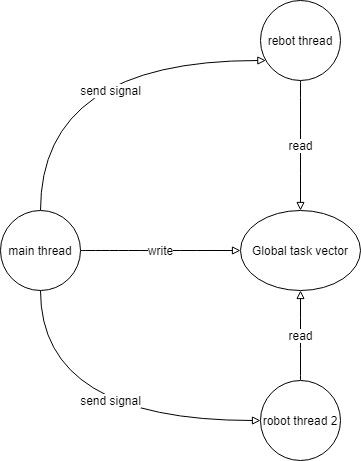
Earlier version of the draw.io export image/scheduler-structure.png (Forrest-Z/scheduler). Source tidied: cells renumbered, new cells last; positions are measured from the earlier drawing's top-left corner, leaving out a move shared by most shapes.
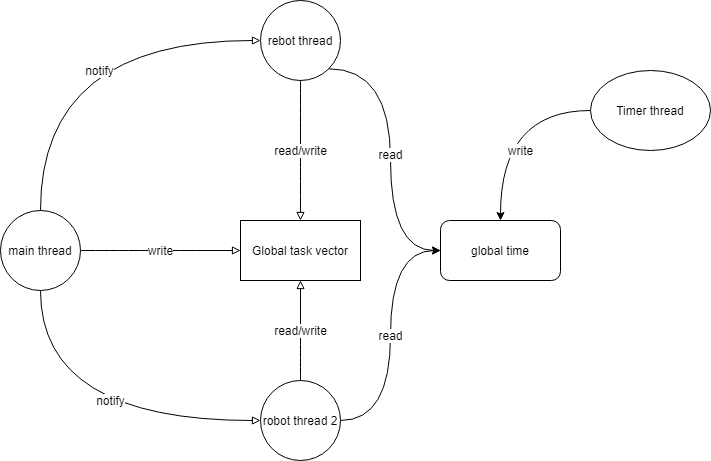
Later version of the same file.

Diff of the diagram source:
```diff
@@ -2,26 +2,28 @@
   <root>
     <mxCell id="0" />
     <mxCell id="1" parent="0" />
-    <mxCell id="2" value="Global task vector" style="ellipse;whiteSpace=wrap;html=1;strokeColor=#000000;" parent="1" vertex="1">
-      <mxGeometry x="240" y="210" width="120" height="80" as="geometry" />
-    </mxCell>
-    <mxCell id="3" value="read" style="edgeStyle=orthogonalEdgeStyle;rounded=0;jettySize=auto;html=1;endArrow=block;endFill=0;curved=1;" parent="1" edge="1" source="4" target="2">
+    <mxCell id="3" value="read/write" style="edgeStyle=orthogonalEdgeStyle;rounded=0;jettySize=auto;html=1;endArrow=block;endFill=0;curved=1;" parent="1" edge="1" source="4" target="2">
       <mxGeometry relative="1" as="geometry" />
     </mxCell>
+    <mxCell id="11" value="read" style="edgeStyle=orthogonalEdgeStyle;curved=1;rounded=0;jettySize=auto;html=1;exitX=1;exitY=1;exitDx=0;exitDy=0;entryX=0;entryY=0.5;entryDx=0;entryDy=0;" parent="1" edge="1" source="4" target="15">
+      <mxGeometry relative="1" as="geometry" />
+    </mxCell>
     <mxCell id="4" value="rebot thread" style="ellipse;whiteSpace=wrap;html=1;strokeColor=#000000;" parent="1" vertex="1">
       <mxGeometry x="260" width="80" height="80" as="geometry" />
     </mxCell>
-    <mxCell id="5" value="send signal" style="edgeStyle=orthogonalEdgeStyle;curved=1;rounded=0;jettySize=auto;html=1;endArrow=block;endFill=0;" parent="1" edge="1" source="8" target="4">
+    <mxCell id="5" value="notify" style="edgeStyle=orthogonalEdgeStyle;curved=1;rounded=0;jettySize=auto;html=1;endArrow=block;endFill=0;entryX=0;entryY=0.5;entryDx=0;entryDy=0;" parent="1" edge="1" source="8" target="4">
       <mxGeometry x="0.17" y="-30" relative="1" as="geometry">
         <Array as="points">
-          <mxPoint x="40" y="60" />
+          <mxPoint x="40" y="40" />
         </Array>
       </mxGeometry>
     </mxCell>
-    <mxCell id="6" value="write" style="edgeStyle=orthogonalEdgeStyle;curved=1;rounded=0;jettySize=auto;html=1;endArrow=block;endFill=0;" parent="1" edge="1" source="8" target="2">
-      <mxGeometry relative="1" as="geometry" />
+    <mxCell id="6" value="write" style="edgeStyle=orthogonalEdgeStyle;curved=1;rounded=0;jettySize=auto;html=1;endArrow=block;endFill=0;" parent="1" edge="1" source="8">
+      <mxGeometry relative="1" as="geometry">
+        <mxPoint x="240" y="250" as="targetPoint" />
+      </mxGeometry>
     </mxCell>
-    <mxCell id="7" value="send signal" style="edgeStyle=orthogonalEdgeStyle;curved=1;rounded=0;jettySize=auto;html=1;endArrow=block;endFill=0;" parent="1" edge="1" source="8" target="10">
+    <mxCell id="7" value="notify" style="edgeStyle=orthogonalEdgeStyle;curved=1;rounded=0;jettySize=auto;html=1;endArrow=block;endFill=0;" parent="1" edge="1" source="8" target="10">
       <mxGeometry x="0.14" y="20" relative="1" as="geometry">
         <Array as="points">
           <mxPoint x="40" y="420" />
@@ -31,11 +33,26 @@
     <mxCell id="8" value="main thread" style="ellipse;whiteSpace=wrap;html=1;strokeColor=#000000;" parent="1" vertex="1">
       <mxGeometry y="210" width="80" height="80" as="geometry" />
     </mxCell>
-    <mxCell id="9" value="read" style="edgeStyle=orthogonalEdgeStyle;curved=1;rounded=0;jettySize=auto;html=1;endArrow=block;endFill=0;" parent="1" edge="1" source="10" target="2">
+    <mxCell id="9" value="read/write" style="edgeStyle=orthogonalEdgeStyle;curved=1;rounded=0;jettySize=auto;html=1;endArrow=block;endFill=0;" parent="1" edge="1" source="10" target="2">
       <mxGeometry relative="1" as="geometry" />
     </mxCell>
+    <mxCell id="12" value="read" style="edgeStyle=orthogonalEdgeStyle;curved=1;rounded=0;jettySize=auto;html=1;entryX=0;entryY=0.5;entryDx=0;entryDy=0;" parent="1" edge="1" source="10" target="15">
+      <mxGeometry relative="1" as="geometry" />
+    </mxCell>
     <mxCell id="10" value="robot thread 2" style="ellipse;whiteSpace=wrap;html=1;strokeColor=#000000;" parent="1" vertex="1">
       <mxGeometry x="260" y="380" width="80" height="80" as="geometry" />
     </mxCell>
+    <mxCell id="13" value="write" style="edgeStyle=orthogonalEdgeStyle;rounded=0;jettySize=auto;html=1;curved=1;" parent="1" edge="1" source="14" target="15">
+      <mxGeometry x="0.3" y="20" relative="1" as="geometry" />
+    </mxCell>
+    <mxCell id="14" value="Timer thread" style="ellipse;whiteSpace=wrap;html=1;" parent="1" vertex="1">
+      <mxGeometry x="590" y="70" width="120" height="80" as="geometry" />
+    </mxCell>
+    <mxCell id="2" value="&lt;span style=&quot;white-space: normal&quot;&gt;Global task vector&lt;/span&gt;" style="rounded=0;whiteSpace=wrap;html=1;" parent="1" vertex="1">
+      <mxGeometry x="240" y="220" width="120" height="60" as="geometry" />
+    </mxCell>
+    <mxCell id="15" value="global time" style="rounded=1;whiteSpace=wrap;html=1;" parent="1" vertex="1">
+      <mxGeometry x="440" y="220" width="120" height="60" as="geometry" />
+    </mxCell>
   </root>
 </mxGraphModel>
```
